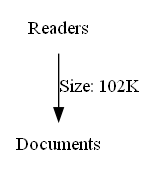
Above: graph.png in Danielryan98/DataAnalysisTool (Graphviz), before the change. Its source is kept beside it as graph.dot.
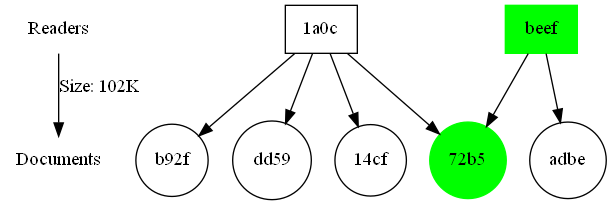
The same diagram one commit later.

The edit, as a diff of the source:
```diff
@@ -2,4 +2,21 @@
 	Readers [label=Readers shape=none]
 	Documents [label=Documents shape=none]
 	Readers -> Documents [label="Size: 102K"]
+	"72b5" [label="72b5" color=green shape=circle style=filled]
+	"1a0c" [label="1a0c" shape=box]
+	"1a0c" -> "72b5"
+	beef [label=beef color=green shape=box style=filled]
+	beef -> "72b5"
+	adbe [label=adbe shape=circle]
+	beef [label=beef color=green shape=box style=filled]
+	beef -> adbe
+	"14cf" [label="14cf" shape=circle]
+	"1a0c" [label="1a0c" shape=box]
+	"1a0c" -> "14cf"
+	b92f [label=b92f shape=circle]
+	"1a0c" [label="1a0c" shape=box]
+	"1a0c" -> b92f
+	dd59 [label=dd59 shape=circle]
+	"1a0c" [label="1a0c" shape=box]
+	"1a0c" -> dd59
 }
```
